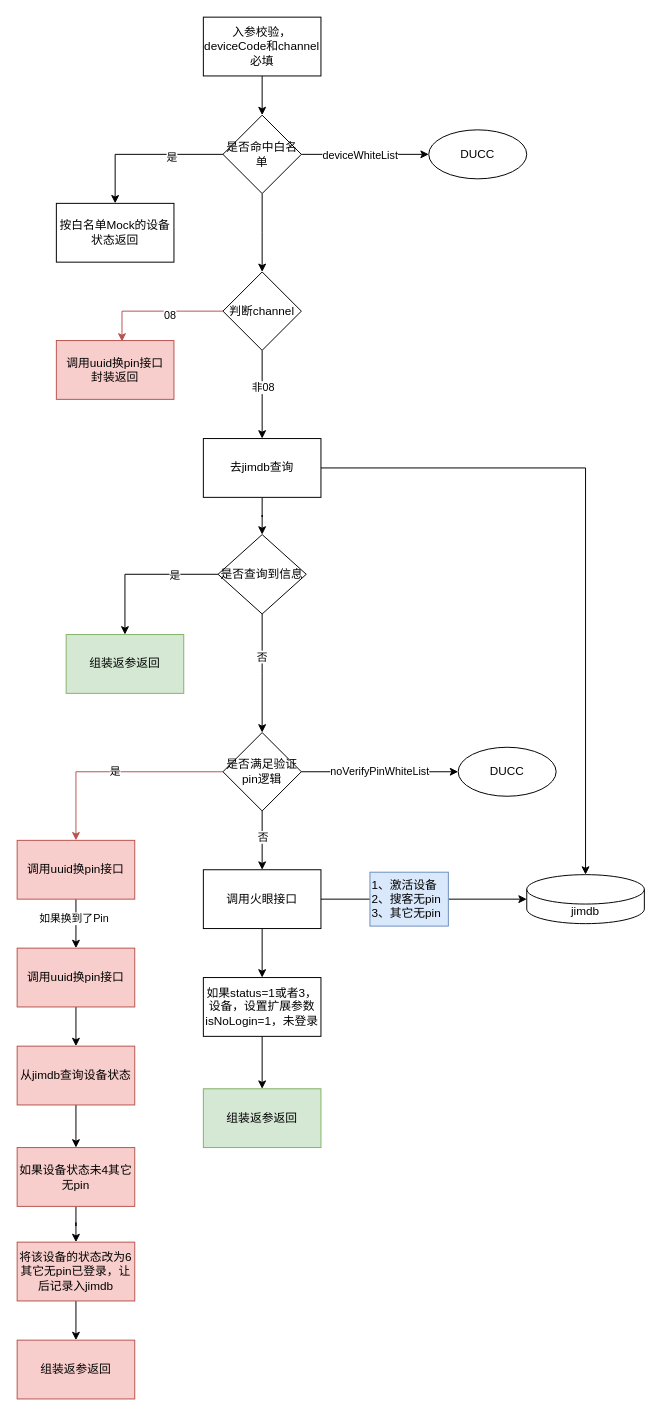
The draw.io diagram 诺曼底验资升级.drawio in BlankKelly/diagrams, before the edit. Source tidied: cells renumbered, new cells numbered last; positions are measured from the earlier drawing's top-left corner, leaving out a move shared by most shapes. Both pictures are drawn from the tidied source at 98%, with x=0, y=0 at pixel (17, 17).
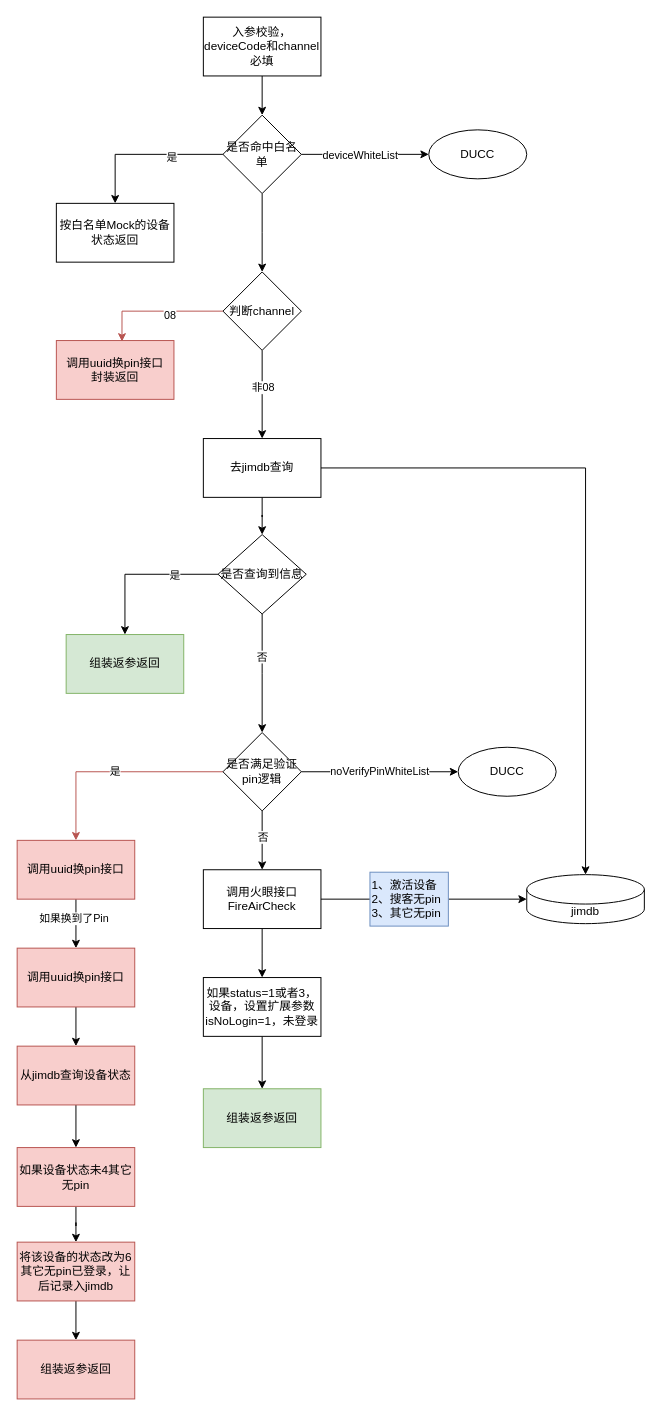
The same page after the edit.

Commit message (it also covers changes not shown here):
更新诺曼底验资升级.drawio

The edit, as a diff of the source:
```diff
@@
-    <mxCell id="48" value="调用火眼接口" style="rounded=0;whiteSpace=wrap;html=1;" parent="1" vertex="1">
+    <mxCell id="48" value="调用火眼接口&lt;br&gt;FireAirCheck" style="rounded=0;whiteSpace=wrap;html=1;" parent="1" vertex="1">
       <mxGeometry x="190" y="870" width="120" height="60" as="geometry" />
     </mxCell>
```
